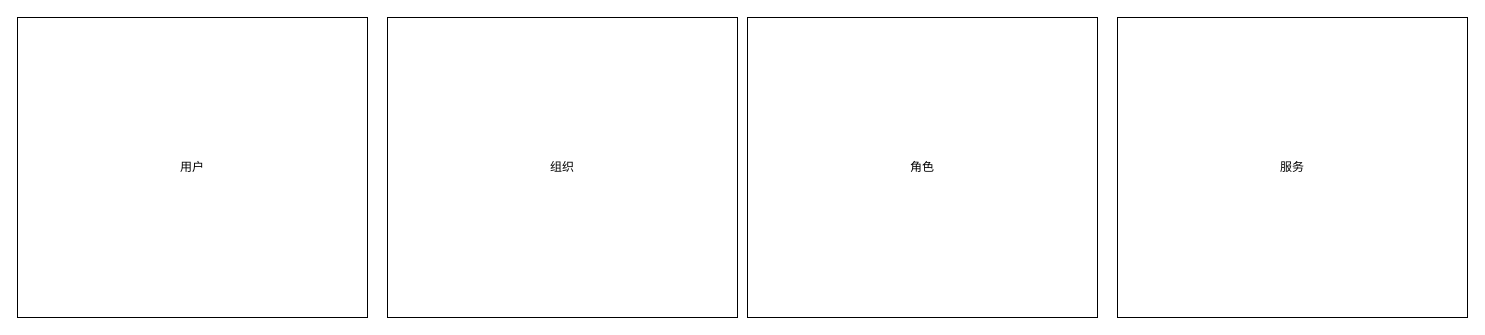
The draw.io diagram 统一用户中心.drawio in joestarhu/drowio, before the edit. Source tidied: cells renumbered, new cells numbered last; positions are measured from the earlier drawing's top-left corner, leaving out a move shared by most shapes. Both pictures are drawn from the tidied source at 100%, with x=0, y=0 at pixel (17, 17).
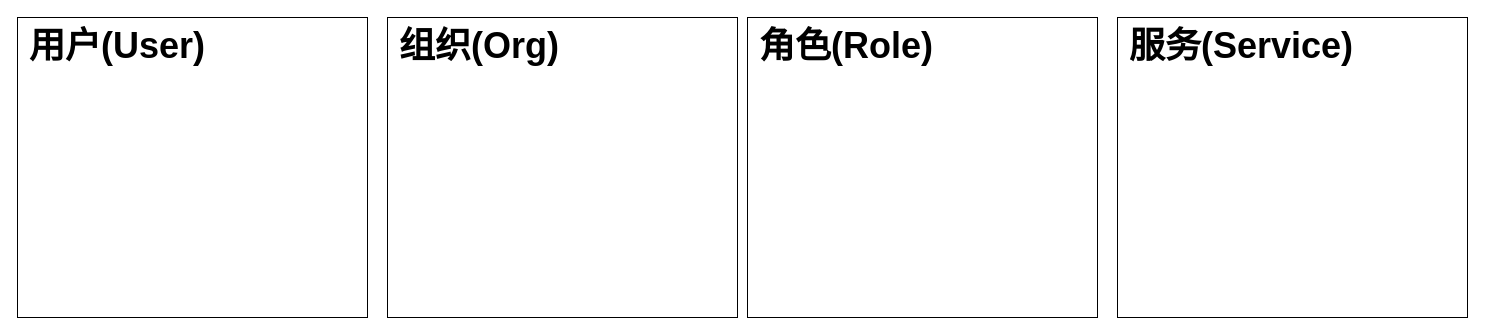
The same page after the edit.

Commit message (it also covers changes not shown here):
更新统一用户中心.drawio

Diff of the diagram source:
```diff
@@
 <mxGraphModel>
   <root>
     <mxCell id="0" />
     <mxCell id="1" parent="0" />
-    <mxCell id="2" value="用户" style="rounded=0;whiteSpace=wrap;html=1;" parent="1" vertex="1">
+    <mxCell id="2" value="用户(User)" style="rounded=0;whiteSpace=wrap;html=1;align=left;verticalAlign=top;fontSize=36;fontStyle=1;spacingLeft=10;" parent="1" vertex="1">
       <mxGeometry width="350" height="300" as="geometry" />
     </mxCell>
-    <mxCell id="3" value="组织" style="rounded=0;whiteSpace=wrap;html=1;" parent="1" vertex="1">
+    <mxCell id="3" value="组织(Org)" style="rounded=0;whiteSpace=wrap;html=1;align=left;verticalAlign=top;fontSize=36;fontStyle=1;spacingLeft=10;" parent="1" vertex="1">
       <mxGeometry x="370" width="350" height="300" as="geometry" />
     </mxCell>
-    <mxCell id="4" value="角色" style="rounded=0;whiteSpace=wrap;html=1;" parent="1" vertex="1">
+    <mxCell id="4" value="角色(Role)" style="rounded=0;whiteSpace=wrap;html=1;align=left;verticalAlign=top;fontSize=36;fontStyle=1;spacingLeft=10;" parent="1" vertex="1">
       <mxGeometry x="730" width="350" height="300" as="geometry" />
     </mxCell>
-    <mxCell id="5" value="服务" style="rounded=0;whiteSpace=wrap;html=1;" parent="1" vertex="1">
+    <mxCell id="5" value="服务(Service)" style="rounded=0;whiteSpace=wrap;html=1;align=left;verticalAlign=top;fontSize=36;fontStyle=1;spacingLeft=10;" parent="1" vertex="1">
       <mxGeometry x="1100" width="350" height="300" as="geometry" />
     </mxCell>
   </root>
 </mxGraphModel>
```
